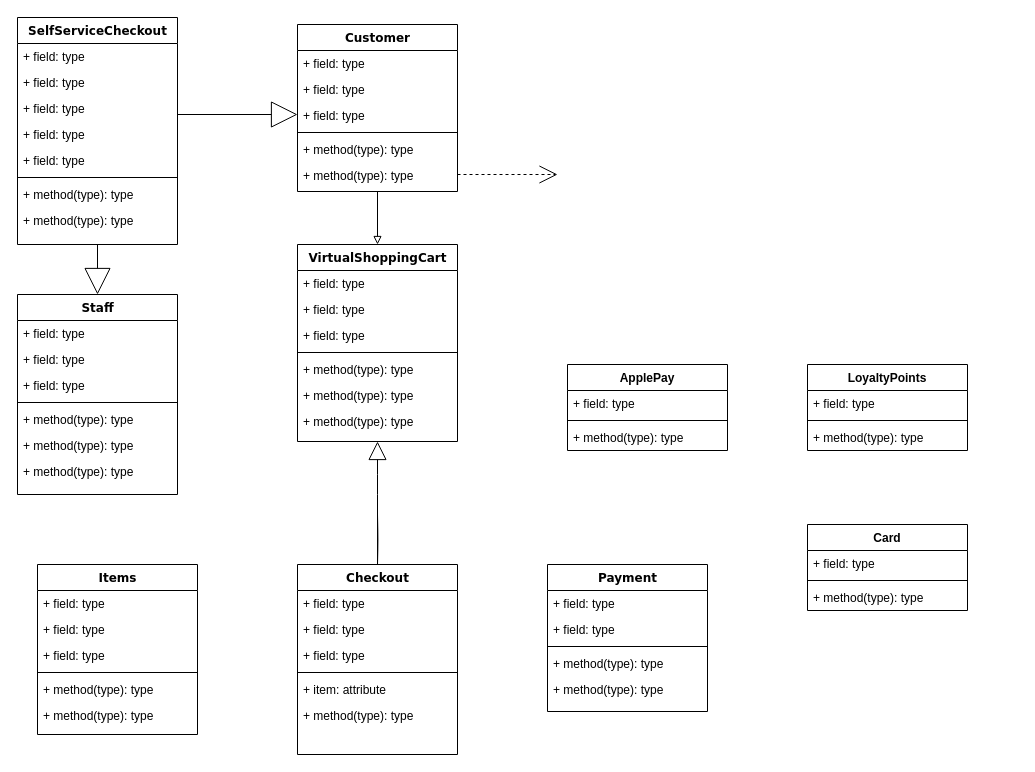
This is SystemDiagram.drawio from Richard-A-llen/Python, a draw.io file, before an edit. Source tidied: cells renumbered, new cells numbered last; positions are measured from the earlier drawing's top-left corner, leaving out a move shared by most shapes. Both pictures are drawn from the tidied source at 100%, with x=0, y=0 at pixel (17, 17).
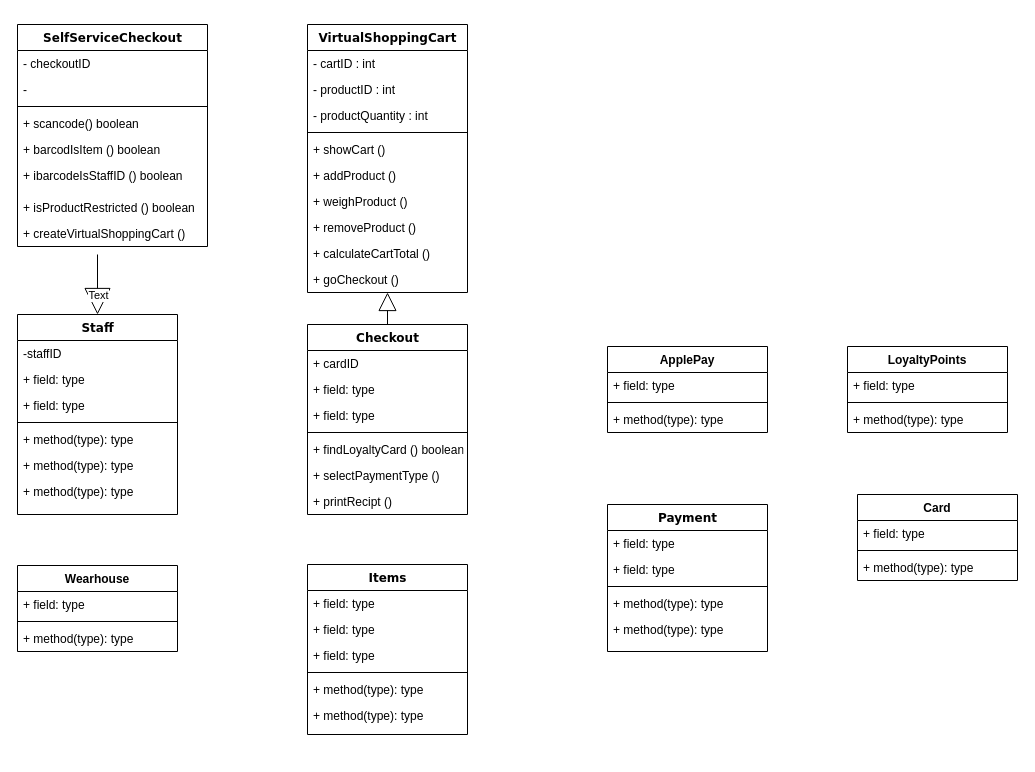
The same diagram, later.

Diff of the diagram source:
```diff
@@
     <mxCell id="2" value="SelfServiceCheckout" style="swimlane;html=1;fontStyle=1;align=center;verticalAlign=top;horizontal=1;startSize=26;swimlaneFillColor=#ffffff;rounded=0;shadow=0;comic=0;labelBackgroundColor=none;strokeWidth=1;fillColor=none;fontFamily=Verdana;fontSize=12;" parent="1" vertex="1">
-      <mxGeometry width="160" height="227" as="geometry" />
+      <mxGeometry y="7" width="190" height="222" as="geometry" />
     </mxCell>
-    <mxCell id="3" value="+ field: type" style="text;html=1;strokeColor=none;fillColor=none;align=left;verticalAlign=top;spacingLeft=4;spacingRight=4;whiteSpace=wrap;overflow=hidden;" parent="2" vertex="1">
-      <mxGeometry y="26" width="160" height="26" as="geometry" />
+    <mxCell id="3" value="- checkoutID" style="text;html=1;strokeColor=none;fillColor=none;align=left;verticalAlign=top;spacingLeft=4;spacingRight=4;whiteSpace=wrap;overflow=hidden;" parent="2" vertex="1">
+      <mxGeometry y="26" width="190" height="26" as="geometry" />
     </mxCell>
-    <mxCell id="4" value="+ field: type" style="text;html=1;strokeColor=none;fillColor=none;align=left;verticalAlign=top;spacingLeft=4;spacingRight=4;whiteSpace=wrap;overflow=hidden;" parent="2" vertex="1">
-      <mxGeometry y="52" width="160" height="26" as="geometry" />
+    <mxCell id="4" value="-&amp;nbsp;" style="text;html=1;strokeColor=none;fillColor=none;align=left;verticalAlign=top;spacingLeft=4;spacingRight=4;whiteSpace=wrap;overflow=hidden;" parent="2" vertex="1">
+      <mxGeometry y="52" width="190" height="26" as="geometry" />
     </mxCell>
-    <mxCell id="5" value="+ field: type" style="text;html=1;strokeColor=none;fillColor=none;align=left;verticalAlign=top;spacingLeft=4;spacingRight=4;whiteSpace=wrap;overflow=hidden;" parent="2" vertex="1">
-      <mxGeometry y="78" width="160" height="26" as="geometry" />
-    </mxCell>
-    <mxCell id="6" value="+ field: type" style="text;html=1;strokeColor=none;fillColor=none;align=left;verticalAlign=top;spacingLeft=4;spacingRight=4;whiteSpace=wrap;overflow=hidden;" parent="2" vertex="1">
-      <mxGeometry y="104" width="160" height="26" as="geometry" />
-    </mxCell>
-    <mxCell id="7" value="+ field: type" style="text;html=1;strokeColor=none;fillColor=none;align=left;verticalAlign=top;spacingLeft=4;spacingRight=4;whiteSpace=wrap;overflow=hidden;" parent="2" vertex="1">
-      <mxGeometry y="130" width="160" height="26" as="geometry" />
-    </mxCell>
     <mxCell id="8" style="line;html=1;strokeWidth=1;fillColor=none;align=left;verticalAlign=middle;spacingTop=-1;spacingLeft=3;spacingRight=3;labelPosition=right;" parent="2" vertex="1">
-      <mxGeometry y="156" width="160" height="8" as="geometry" />
+      <mxGeometry y="78" width="190" height="8" as="geometry" />
     </mxCell>
-    <mxCell id="9" value="+ method(type): type" style="text;html=1;strokeColor=none;fillColor=none;align=left;verticalAlign=top;spacingLeft=4;spacingRight=4;whiteSpace=wrap;overflow=hidden;" parent="2" vertex="1">
-      <mxGeometry y="164" width="160" height="26" as="geometry" />
+    <mxCell id="9" value="+ scancode() boolean" style="text;html=1;strokeColor=none;fillColor=none;align=left;verticalAlign=top;spacingLeft=4;spacingRight=4;whiteSpace=wrap;overflow=hidden;" parent="2" vertex="1">
+      <mxGeometry y="86" width="190" height="26" as="geometry" />
     </mxCell>
-    <mxCell id="10" value="+ method(type): type" style="text;html=1;strokeColor=none;fillColor=none;align=left;verticalAlign=top;spacingLeft=4;spacingRight=4;whiteSpace=wrap;overflow=hidden;" parent="2" vertex="1">
-      <mxGeometry y="190" width="160" height="26" as="geometry" />
-    </mxCell>
-    <mxCell id="11" style="endArrow=block;endFill=0;endSize=24;html=1;rounded=0;entryX=0.5;entryY=0;entryDx=0;entryDy=0;" parent="2" edge="1" target="29">
-      <mxGeometry relative="1" as="geometry">
-        <mxPoint x="80" y="227" as="sourcePoint" />
-      </mxGeometry>
-    </mxCell>
-    <mxCell id="12" style="edgeStyle=elbowEdgeStyle;html=1;labelBackgroundColor=none;startFill=0;startSize=8;endArrow=open;endFill=0;endSize=16;fontFamily=Verdana;fontSize=12;elbow=vertical;dashed=1;" parent="1" edge="1" source="14">
-      <mxGeometry relative="1" as="geometry">
-        <mxPoint x="540" y="157" as="targetPoint" />
-      </mxGeometry>
-    </mxCell>
-    <mxCell id="13" style="edgeStyle=orthogonalEdgeStyle;rounded=0;jettySize=auto;html=1;exitX=0.5;exitY=1;exitDx=0;exitDy=0;entryX=0.5;entryY=0;entryDx=0;entryDy=0;endArrow=block;endFill=0;" parent="1" edge="1" source="14" target="21">
-      <mxGeometry relative="1" as="geometry" />
-    </mxCell>
-    <mxCell id="14" value="Customer" style="swimlane;html=1;fontStyle=1;align=center;verticalAlign=top;horizontal=1;startSize=26;swimlaneFillColor=#ffffff;rounded=0;shadow=0;comic=0;labelBackgroundColor=none;strokeWidth=1;fillColor=none;fontFamily=Verdana;fontSize=12;" parent="1" vertex="1">
-      <mxGeometry x="280" y="7" width="160" height="167" as="geometry" />
-    </mxCell>
-    <mxCell id="15" value="+ field: type" style="text;html=1;strokeColor=none;fillColor=none;align=left;verticalAlign=top;spacingLeft=4;spacingRight=4;whiteSpace=wrap;overflow=hidden;" parent="14" vertex="1">
-      <mxGeometry y="26" width="160" height="26" as="geometry" />
-    </mxCell>
-    <mxCell id="16" value="+ field: type" style="text;html=1;strokeColor=none;fillColor=none;align=left;verticalAlign=top;spacingLeft=4;spacingRight=4;whiteSpace=wrap;overflow=hidden;" parent="14" vertex="1">
-      <mxGeometry y="52" width="160" height="26" as="geometry" />
-    </mxCell>
-    <mxCell id="17" value="+ field: type" style="text;html=1;strokeColor=none;fillColor=none;align=left;verticalAlign=top;spacingLeft=4;spacingRight=4;whiteSpace=wrap;overflow=hidden;" parent="14" vertex="1">
-      <mxGeometry y="78" width="160" height="26" as="geometry" />
-    </mxCell>
-    <mxCell id="18" style="line;html=1;strokeWidth=1;fillColor=none;align=left;verticalAlign=middle;spacingTop=-1;spacingLeft=3;spacingRight=3;labelPosition=right;" parent="14" vertex="1">
-      <mxGeometry y="104" width="160" height="8" as="geometry" />
-    </mxCell>
-    <mxCell id="19" value="+ method(type): type" style="text;html=1;strokeColor=none;fillColor=none;align=left;verticalAlign=top;spacingLeft=4;spacingRight=4;whiteSpace=wrap;overflow=hidden;" parent="14" vertex="1">
-      <mxGeometry y="112" width="160" height="26" as="geometry" />
-    </mxCell>
-    <mxCell id="20" value="+ method(type): type" style="text;html=1;strokeColor=none;fillColor=none;align=left;verticalAlign=top;spacingLeft=4;spacingRight=4;whiteSpace=wrap;overflow=hidden;" parent="14" vertex="1">
-      <mxGeometry y="138" width="160" height="26" as="geometry" />
-    </mxCell>
+    <mxCell id="72" value="+ barcodIsItem () boolean&#10;" style="text;strokeColor=none;fillColor=none;align=left;verticalAlign=top;spacingLeft=4;spacingRight=4;overflow=hidden;" parent="2" vertex="1">
+      <mxGeometry y="112" width="190" height="26" as="geometry" />
+    </mxCell>
+    <mxCell id="73" value="+ ibarcodeIsStaffID () boolean" style="text;strokeColor=none;fillColor=none;align=left;verticalAlign=top;spacingLeft=4;spacingRight=4;overflow=hidden;" parent="2" vertex="1">
+      <mxGeometry y="138" width="190" height="32" as="geometry" />
+    </mxCell>
+    <mxCell id="74" value="+ isProductRestricted () boolean " style="text;strokeColor=none;fillColor=none;align=left;verticalAlign=top;spacingLeft=4;spacingRight=4;overflow=hidden;" parent="2" vertex="1">
+      <mxGeometry y="170" width="190" height="26" as="geometry" />
+    </mxCell>
+    <mxCell id="75" value="+ createVirtualShoppingCart ()" style="text;strokeColor=none;fillColor=none;align=left;verticalAlign=top;spacingLeft=4;spacingRight=4;overflow=hidden;" parent="2" vertex="1">
+      <mxGeometry y="196" width="190" height="26" as="geometry" />
+    </mxCell>
     <mxCell id="21" value="VirtualShoppingCart" style="swimlane;html=1;fontStyle=1;align=center;verticalAlign=top;horizontal=1;startSize=26;swimlaneFillColor=#ffffff;rounded=0;shadow=0;comic=0;labelBackgroundColor=none;strokeWidth=1;fillColor=none;fontFamily=Verdana;fontSize=12;" parent="1" vertex="1">
-      <mxGeometry x="280" y="227" width="160" height="197" as="geometry" />
+      <mxGeometry x="290" y="7" width="160" height="268" as="geometry" />
     </mxCell>
-    <mxCell id="22" value="+ field: type" style="text;html=1;strokeColor=none;fillColor=none;align=left;verticalAlign=top;spacingLeft=4;spacingRight=4;whiteSpace=wrap;overflow=hidden;" parent="21" vertex="1">
+    <mxCell id="22" value="- cartID : int" style="text;html=1;strokeColor=none;fillColor=none;align=left;verticalAlign=top;spacingLeft=4;spacingRight=4;whiteSpace=wrap;overflow=hidden;" parent="21" vertex="1">
       <mxGeometry y="26" width="160" height="26" as="geometry" />
     </mxCell>
-    <mxCell id="23" value="+ field: type" style="text;html=1;strokeColor=none;fillColor=none;align=left;verticalAlign=top;spacingLeft=4;spacingRight=4;whiteSpace=wrap;overflow=hidden;" parent="21" vertex="1">
+    <mxCell id="23" value="- productID : int" style="text;html=1;strokeColor=none;fillColor=none;align=left;verticalAlign=top;spacingLeft=4;spacingRight=4;whiteSpace=wrap;overflow=hidden;" parent="21" vertex="1">
       <mxGeometry y="52" width="160" height="26" as="geometry" />
     </mxCell>
-    <mxCell id="24" value="+ field: type" style="text;html=1;strokeColor=none;fillColor=none;align=left;verticalAlign=top;spacingLeft=4;spacingRight=4;whiteSpace=wrap;overflow=hidden;" parent="21" vertex="1">
+    <mxCell id="24" value="- productQuantity : int" style="text;html=1;strokeColor=none;fillColor=none;align=left;verticalAlign=top;spacingLeft=4;spacingRight=4;whiteSpace=wrap;overflow=hidden;" parent="21" vertex="1">
       <mxGeometry y="78" width="160" height="26" as="geometry" />
     </mxCell>
@@
-    <mxCell id="26" value="+ method(type): type" style="text;html=1;strokeColor=none;fillColor=none;align=left;verticalAlign=top;spacingLeft=4;spacingRight=4;whiteSpace=wrap;overflow=hidden;" parent="21" vertex="1">
+    <mxCell id="26" value="+ showCart ()" style="text;html=1;strokeColor=none;fillColor=none;align=left;verticalAlign=top;spacingLeft=4;spacingRight=4;whiteSpace=wrap;overflow=hidden;" parent="21" vertex="1">
       <mxGeometry y="112" width="160" height="26" as="geometry" />
     </mxCell>
-    <mxCell id="27" value="+ method(type): type" style="text;html=1;strokeColor=none;fillColor=none;align=left;verticalAlign=top;spacingLeft=4;spacingRight=4;whiteSpace=wrap;overflow=hidden;" parent="21" vertex="1">
+    <mxCell id="27" value="+ addProduct ()" style="text;html=1;strokeColor=none;fillColor=none;align=left;verticalAlign=top;spacingLeft=4;spacingRight=4;whiteSpace=wrap;overflow=hidden;" parent="21" vertex="1">
       <mxGeometry y="138" width="160" height="26" as="geometry" />
     </mxCell>
+    <mxCell id="76" value="+ weighProduct ()" style="text;strokeColor=none;fillColor=none;align=left;verticalAlign=top;spacingLeft=4;spacingRight=4;overflow=hidden;" parent="21" vertex="1">
+      <mxGeometry y="164" width="160" height="26" as="geometry" />
+    </mxCell>
-    <mxCell id="28" value="+ method(type): type" style="text;html=1;strokeColor=none;fillColor=none;align=left;verticalAlign=top;spacingLeft=4;spacingRight=4;whiteSpace=wrap;overflow=hidden;" parent="21" vertex="1">
-      <mxGeometry y="164" width="160" height="26" as="geometry" />
+    <mxCell id="28" value="+ removeProduct ()&lt;br&gt;" style="text;html=1;strokeColor=none;fillColor=none;align=left;verticalAlign=top;spacingLeft=4;spacingRight=4;whiteSpace=wrap;overflow=hidden;" parent="21" vertex="1">
+      <mxGeometry y="190" width="160" height="26" as="geometry" />
     </mxCell>
+    <mxCell id="77" value="+ calculateCartTotal ()" style="text;strokeColor=none;fillColor=none;align=left;verticalAlign=top;spacingLeft=4;spacingRight=4;overflow=hidden;" parent="21" vertex="1">
+      <mxGeometry y="216" width="160" height="26" as="geometry" />
+    </mxCell>
+    <mxCell id="78" value="+ goCheckout ()" style="text;strokeColor=none;fillColor=none;align=left;verticalAlign=top;spacingLeft=4;spacingRight=4;overflow=hidden;" parent="21" vertex="1">
+      <mxGeometry y="242" width="160" height="26" as="geometry" />
+    </mxCell>
     <mxCell id="29" value="Staff" style="swimlane;html=1;fontStyle=1;align=center;verticalAlign=top;horizontal=1;startSize=26;swimlaneFillColor=#ffffff;rounded=0;shadow=0;comic=0;labelBackgroundColor=none;strokeWidth=1;fillColor=none;fontFamily=Verdana;fontSize=12;" parent="1" vertex="1">
-      <mxGeometry y="277" width="160" height="200" as="geometry" />
+      <mxGeometry y="297" width="160" height="200" as="geometry" />
     </mxCell>
-    <mxCell id="30" value="+ field: type" style="text;html=1;strokeColor=none;fillColor=none;align=left;verticalAlign=top;spacingLeft=4;spacingRight=4;whiteSpace=wrap;overflow=hidden;" parent="29" vertex="1">
+    <mxCell id="30" value="-staffID" style="text;html=1;strokeColor=none;fillColor=none;align=left;verticalAlign=top;spacingLeft=4;spacingRight=4;whiteSpace=wrap;overflow=hidden;" parent="29" vertex="1">
       <mxGeometry y="26" width="160" height="26" as="geometry" />
     </mxCell>
@@
     <mxCell id="37" value="Items" style="swimlane;html=1;fontStyle=1;align=center;verticalAlign=top;horizontal=1;startSize=26;swimlaneFillColor=#ffffff;rounded=0;shadow=0;comic=0;labelBackgroundColor=none;strokeWidth=1;fillColor=none;fontFamily=Verdana;fontSize=12;" parent="1" vertex="1">
-      <mxGeometry x="20" y="547" width="160" height="170" as="geometry" />
+      <mxGeometry x="290" y="547" width="160" height="170" as="geometry" />
     </mxCell>
@@
     <mxCell id="45" value="Payment" style="swimlane;html=1;fontStyle=1;align=center;verticalAlign=top;horizontal=1;startSize=26;swimlaneFillColor=#ffffff;rounded=0;shadow=0;comic=0;labelBackgroundColor=none;strokeWidth=1;fillColor=none;fontFamily=Verdana;fontSize=12;" parent="1" vertex="1">
-      <mxGeometry x="530" y="547" width="160" height="147" as="geometry" />
+      <mxGeometry x="590" y="487" width="160" height="147" as="geometry" />
     </mxCell>
@@
     <mxCell id="51" value="Card" style="swimlane;fontStyle=1;align=center;verticalAlign=top;horizontal=1;startSize=26;" parent="1" vertex="1">
-      <mxGeometry x="790" y="507" width="160" height="86" as="geometry" />
+      <mxGeometry x="840" y="477" width="160" height="86" as="geometry" />
     </mxCell>
@@
     <mxCell id="55" value="ApplePay" style="swimlane;fontStyle=1;align=center;verticalAlign=top;horizontal=1;startSize=26;" parent="1" vertex="1">
-      <mxGeometry x="550" y="347" width="160" height="86" as="geometry" />
+      <mxGeometry x="590" y="329" width="160" height="86" as="geometry" />
     </mxCell>
@@
     <mxCell id="59" value="LoyaltyPoints&#10;" style="swimlane;fontStyle=1;align=center;verticalAlign=top;horizontal=1;startSize=26;" parent="1" vertex="1">
-      <mxGeometry x="790" y="347" width="160" height="86" as="geometry" />
+      <mxGeometry x="830" y="329" width="160" height="86" as="geometry" />
     </mxCell>
@@
     <mxCell id="63" value="Checkout" style="swimlane;html=1;fontStyle=1;align=center;verticalAlign=top;horizontal=1;startSize=26;swimlaneFillColor=#ffffff;rounded=0;shadow=0;comic=0;labelBackgroundColor=none;strokeWidth=1;fillColor=none;fontFamily=Verdana;fontSize=12;" parent="1" vertex="1">
-      <mxGeometry x="280" y="547" width="160" height="190" as="geometry" />
+      <mxGeometry x="290" y="307" width="160" height="190" as="geometry" />
     </mxCell>
-    <mxCell id="64" value="+ field: type" style="text;html=1;strokeColor=none;fillColor=none;align=left;verticalAlign=top;spacingLeft=4;spacingRight=4;whiteSpace=wrap;overflow=hidden;" parent="63" vertex="1">
+    <mxCell id="64" value="+ cardID" style="text;html=1;strokeColor=none;fillColor=none;align=left;verticalAlign=top;spacingLeft=4;spacingRight=4;whiteSpace=wrap;overflow=hidden;" parent="63" vertex="1">
       <mxGeometry y="26" width="160" height="26" as="geometry" />
     </mxCell>
@@
+    <mxCell id="79" value="+ findLoyaltyCard () boolean" style="text;strokeColor=none;fillColor=none;align=left;verticalAlign=top;spacingLeft=4;spacingRight=4;overflow=hidden;" parent="63" vertex="1">
+      <mxGeometry y="112" width="160" height="26" as="geometry" />
+    </mxCell>
-    <mxCell id="68" value="+ item: attribute" style="text;strokeColor=none;fillColor=none;align=left;verticalAlign=top;spacingLeft=4;spacingRight=4;overflow=hidden;" parent="63" vertex="1">
-      <mxGeometry y="112" width="160" height="26" as="geometry" />
+    <mxCell id="68" value="+ selectPaymentType ()" style="text;strokeColor=none;fillColor=none;align=left;verticalAlign=top;spacingLeft=4;spacingRight=4;overflow=hidden;" parent="63" vertex="1">
+      <mxGeometry y="138" width="160" height="26" as="geometry" />
     </mxCell>
-    <mxCell id="69" value="+ method(type): type" style="text;html=1;strokeColor=none;fillColor=none;align=left;verticalAlign=top;spacingLeft=4;spacingRight=4;whiteSpace=wrap;overflow=hidden;" parent="63" vertex="1">
-      <mxGeometry y="138" width="160" height="26" as="geometry" />
+    <mxCell id="69" value="+ printRecipt ()" style="text;html=1;strokeColor=none;fillColor=none;align=left;verticalAlign=top;spacingLeft=4;spacingRight=4;whiteSpace=wrap;overflow=hidden;" parent="63" vertex="1">
+      <mxGeometry y="164" width="160" height="26" as="geometry" />
     </mxCell>
-    <mxCell id="70" style="edgeStyle=orthogonalEdgeStyle;html=1;labelBackgroundColor=none;startFill=0;startSize=8;endArrow=none;endFill=0;endSize=16;fontFamily=Verdana;fontSize=12;" parent="1" edge="1" target="63">
-      <mxGeometry relative="1" as="geometry">
-        <mxPoint x="360" y="497" as="sourcePoint" />
-      </mxGeometry>
-    </mxCell>
-    <mxCell id="71" style="endArrow=block;endFill=0;endSize=24;html=1;rounded=0;" parent="1" edge="1">
-      <mxGeometry relative="1" as="geometry">
-        <mxPoint x="160" y="97" as="sourcePoint" />
-        <mxPoint x="280" y="97" as="targetPoint" />
-      </mxGeometry>
-    </mxCell>
+    <mxCell id="80" value="Wearhouse" style="swimlane;fontStyle=1;align=center;verticalAlign=top;horizontal=1;startSize=26;" parent="1" vertex="1">
+      <mxGeometry y="548" width="160" height="86" as="geometry" />
+    </mxCell>
+    <mxCell id="81" value="+ field: type" style="text;strokeColor=none;fillColor=none;align=left;verticalAlign=top;spacingLeft=4;spacingRight=4;overflow=hidden;" parent="80" vertex="1">
+      <mxGeometry y="26" width="160" height="26" as="geometry" />
+    </mxCell>
+    <mxCell id="82" style="line;strokeWidth=1;fillColor=none;align=left;verticalAlign=middle;spacingTop=-1;spacingLeft=3;spacingRight=3;labelPosition=right;" parent="80" vertex="1">
+      <mxGeometry y="52" width="160" height="8" as="geometry" />
+    </mxCell>
+    <mxCell id="83" value="+ method(type): type" style="text;strokeColor=none;fillColor=none;align=left;verticalAlign=top;spacingLeft=4;spacingRight=4;overflow=hidden;" parent="80" vertex="1">
+      <mxGeometry y="60" width="160" height="26" as="geometry" />
+    </mxCell>
+    <mxCell id="11" style="endArrow=block;endFill=0;endSize=24;html=1;rounded=0;entryX=0.5;entryY=0;entryDx=0;entryDy=0;" parent="1" edge="1" target="29">
+      <mxGeometry relative="1" as="geometry">
+        <mxPoint x="80" y="237" as="sourcePoint" />
+      </mxGeometry>
+    </mxCell>
+    <mxCell id="84" value="Text" style="edgeLabel;html=1;align=center;verticalAlign=middle;" parent="11" vertex="1">
+      <mxGeometry x="0.34" relative="1" as="geometry" />
+    </mxCell>
```
